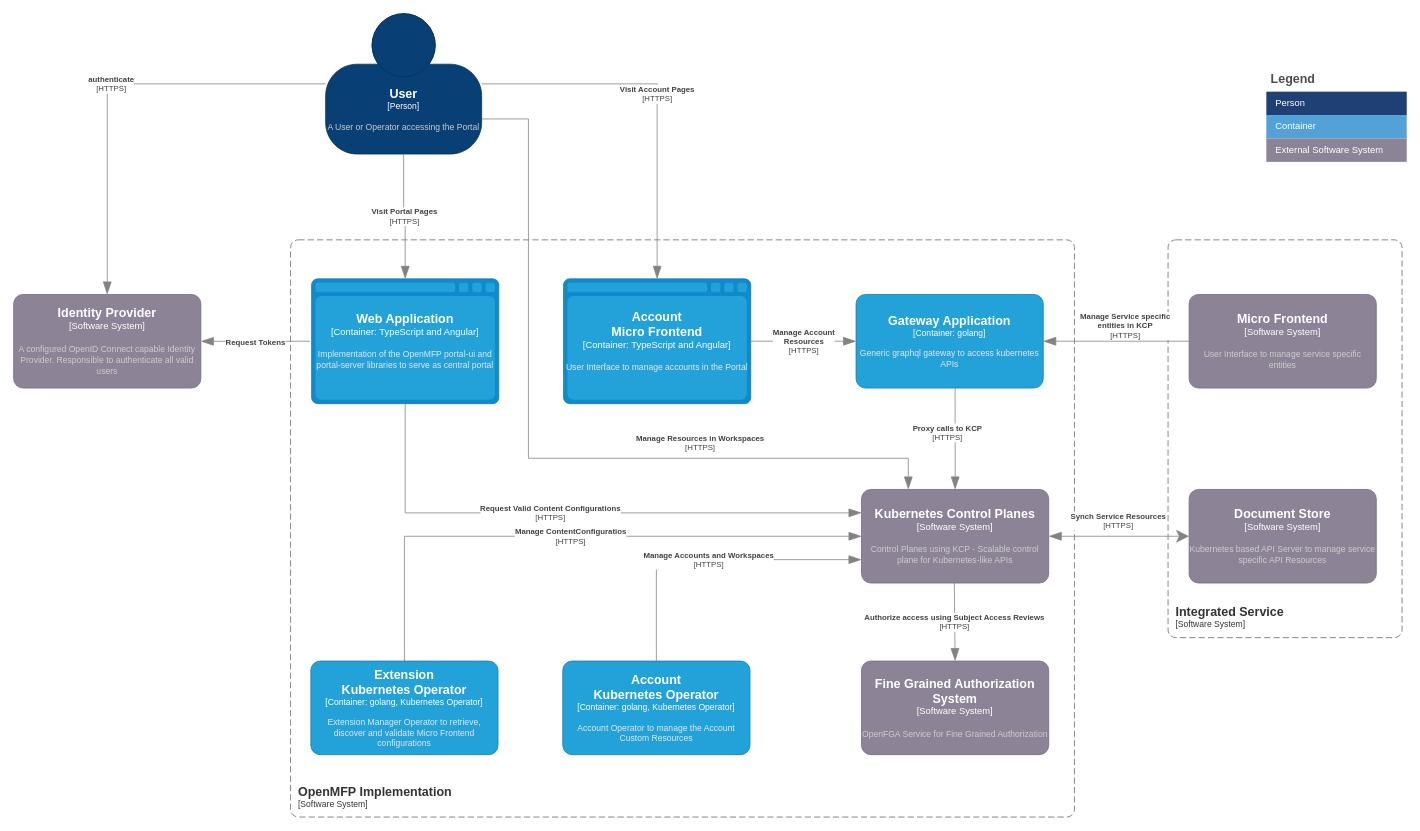
Earlier version of the draw.io diagram page "v1-container-diagram" (4 of 4) of diagrams/openmfp-c4.drawio (openmfp/architecture). Source tidied: cells renumbered, new cells numbered last; positions are measured from the earlier drawing's top-left corner, leaving out a move shared by most shapes. Both pictures are drawn from the tidied source at 78%, with x=0, y=0 at pixel (13, 13).
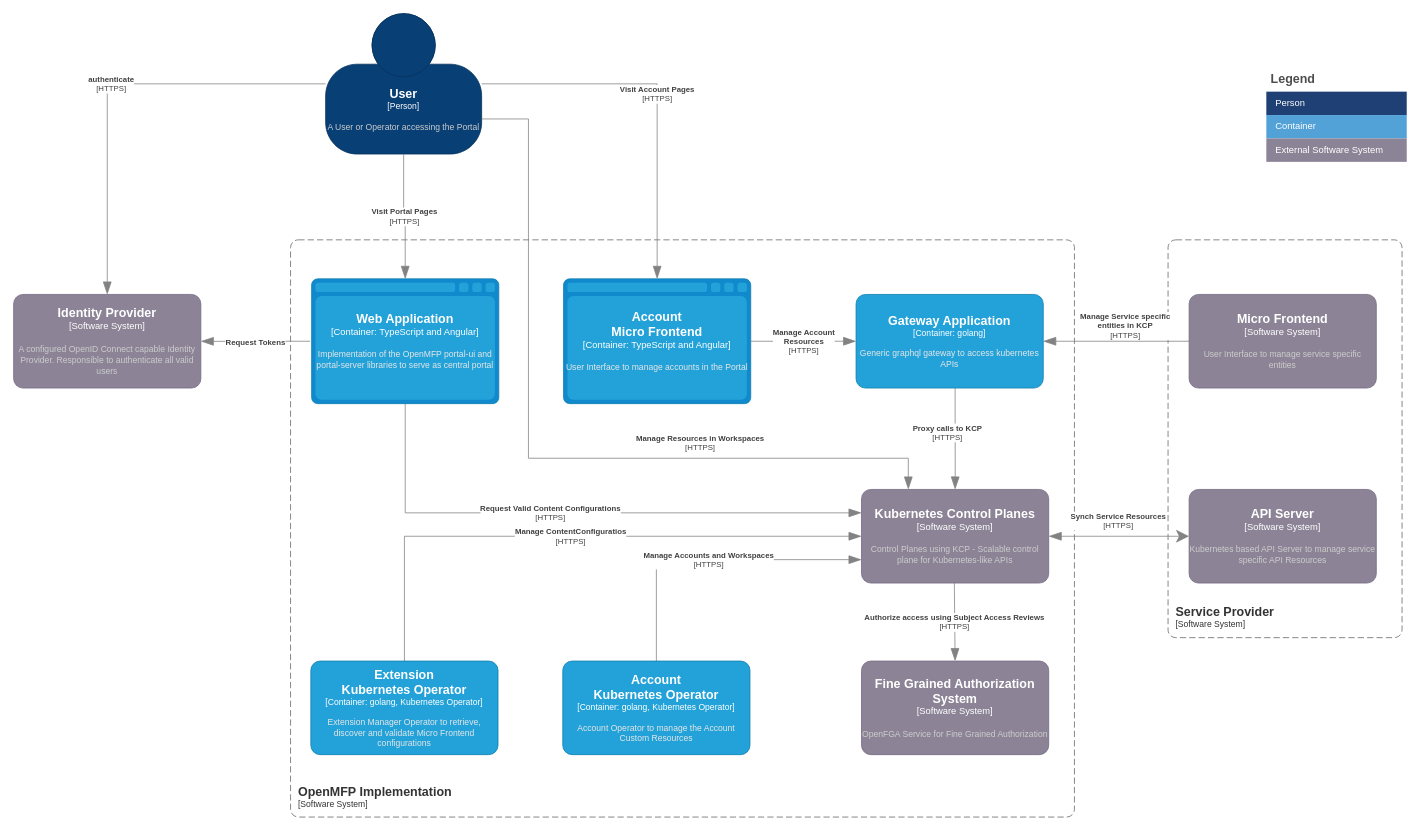
Above is the later version.

Commit message (it also covers changes not shown here):
docs: Minor updates to diagrams based on feedback

The edit, as a diff of the source:
```diff
@@
-    <object id="16" label="&lt;font style=&quot;font-size: 16px&quot;&gt;&lt;b&gt;&lt;div style=&quot;text-align: left&quot;&gt;%c4Name%&lt;/div&gt;&lt;/b&gt;&lt;/font&gt;&lt;div style=&quot;text-align: left&quot;&gt;[%c4Application%]&lt;/div&gt;" c4Application="Software System" c4Name="Integrated Service" placeholders="1">
+    <object id="16" label="&lt;font style=&quot;font-size: 16px&quot;&gt;&lt;b&gt;&lt;div style=&quot;text-align: left&quot;&gt;%c4Name%&lt;/div&gt;&lt;/b&gt;&lt;/font&gt;&lt;div style=&quot;text-align: left&quot;&gt;[%c4Application%]&lt;/div&gt;" c4Application="Software System" c4Name="Service Provider" placeholders="1">
       <mxCell style="rounded=1;fontSize=11;whiteSpace=wrap;html=1;dashed=1;arcSize=20;fillColor=none;strokeColor=#666666;fontColor=#333333;labelBackgroundColor=none;align=left;verticalAlign=bottom;labelBorderColor=none;spacingTop=0;spacing=10;dashPattern=8 4;perimeter=rectanglePerimeter;noLabel=0;labelPadding=0;absoluteArcSize=1;" parent="1" vertex="1">
         <mxGeometry x="1480" y="290" width="300" height="510" as="geometry" />
       </mxCell>
     </object>
@@
-    <object id="25" label="&lt;font style=&quot;font-size: 16px&quot;&gt;&lt;b&gt;%c4Name%&lt;/b&gt;&lt;/font&gt;&lt;div&gt;[%c4Type%]&lt;/div&gt;&lt;br&gt;&lt;div&gt;&lt;font style=&quot;font-size: 11px&quot;&gt;&lt;font color=&quot;#cccccc&quot;&gt;%c4Description%&lt;/font&gt;&lt;/div&gt;" c4Description="Kubernetes based API Server to manage service specific API Resources" c4Name="Document Store" c4Type="Software System" placeholders="1">
+    <object id="25" label="&lt;font style=&quot;font-size: 16px&quot;&gt;&lt;b&gt;%c4Name%&lt;/b&gt;&lt;/font&gt;&lt;div&gt;[%c4Type%]&lt;/div&gt;&lt;br&gt;&lt;div&gt;&lt;font style=&quot;font-size: 11px&quot;&gt;&lt;font color=&quot;#cccccc&quot;&gt;%c4Description%&lt;/font&gt;&lt;/div&gt;" c4Description="Kubernetes based API Server to manage service specific API Resources" c4Name="API Server" c4Type="Software System" placeholders="1">
       <mxCell style="rounded=1;whiteSpace=wrap;html=1;labelBackgroundColor=none;fillColor=#8C8496;fontColor=#ffffff;align=center;arcSize=10;strokeColor=#736782;points=[[0.25,0,0],[0.5,0,0],[0.75,0,0],[1,0.25,0],[1,0.5,0],[1,0.75,0],[0.75,1,0],[0.5,1,0],[0.25,1,0],[0,0.75,0],[0,0.5,0],[0,0.25,0]];" parent="1" vertex="1">
         <mxGeometry x="1507" y="610" width="240" height="120" as="geometry" />
       </mxCell>
     </object>
```
